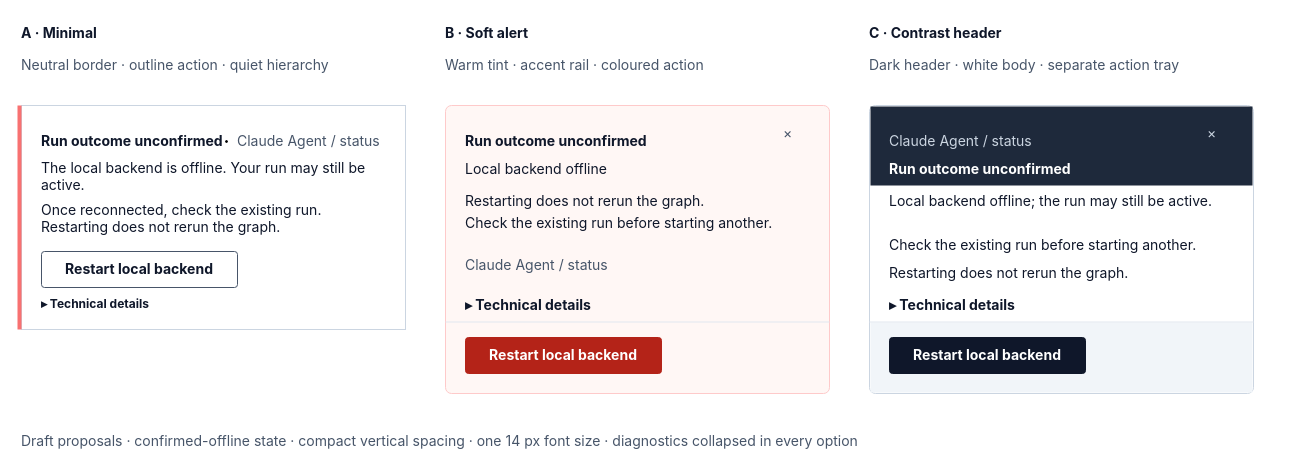
Above: page "Three compact alternatives" (1 of 6) of projects/laomedo/subsystems/agent-execution/design/local-runner-recovery.drawio in amadou-6e/specs (draw.io), before the change. Source tidied: cells renumbered, new cells numbered last; positions are measured from the earlier drawing's top-left corner, leaving out a move shared by most shapes. Both pictures are drawn from the tidied source at 100%, with x=0, y=0 at pixel (17, 17).
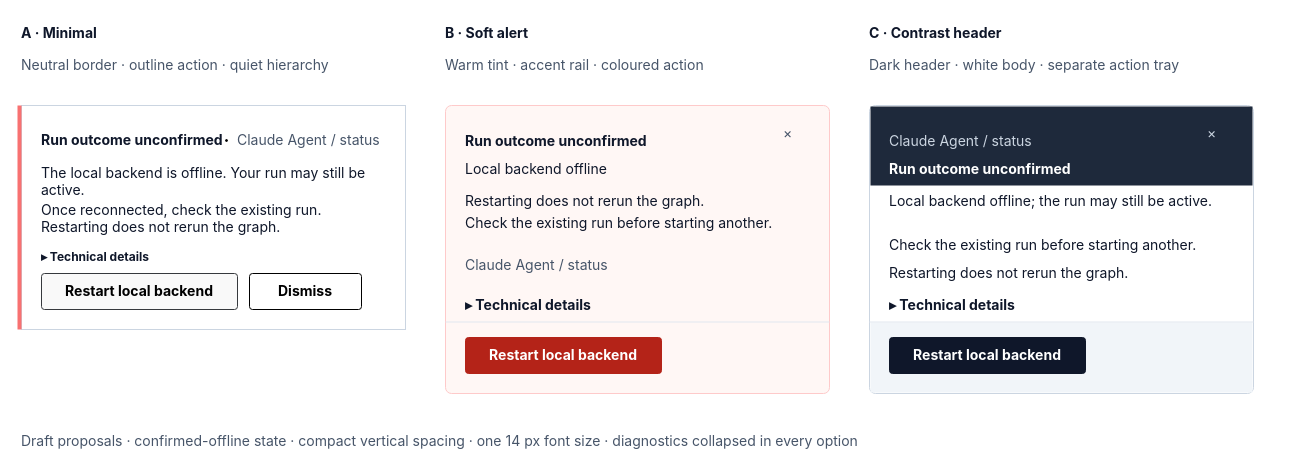
Above is the later version.

Commit message (it also covers changes not shown here):
Specify dismissible viewport-contained recovery popups

Change to the diagram source:
```diff
@@
     <mxCell id="16" value="&lt;div style=&quot;line-height:22px;&quot;&gt;Run outcome unconfirmed&lt;/div&gt;" style="fontFamily=Inter,Arial,sans-serif;fontSize=14;whiteSpace=wrap;html=1;text;strokeColor=none;fillColor=none;align=left;verticalAlign=top;spacing=0;fontColor=#0F172A;fontStyle=1;" parent="1" vertex="1">
-      <mxGeometry x="24" y="108" width="300" height="24" as="geometry" />
+      <mxGeometry x="24" y="107" width="300" height="24" as="geometry" />
     </mxCell>
     <mxCell id="17" value="&lt;div style=&quot;line-height:22px;&quot;&gt;Claude Agent / status&lt;/div&gt;" style="fontFamily=Inter,Arial,sans-serif;fontSize=14;whiteSpace=wrap;html=1;text;strokeColor=none;fillColor=none;align=left;verticalAlign=top;spacing=0;fontColor=#475569;fontStyle=0;" parent="1" vertex="1">
-      <mxGeometry x="220" y="108" width="344" height="24" as="geometry" />
+      <mxGeometry x="220" y="107" width="344" height="24" as="geometry" />
     </mxCell>
     <mxCell id="18" value="&lt;div&gt;The local backend is offline. Your run may still be active.&lt;/div&gt;" style="fontFamily=Inter,Arial,sans-serif;fontSize=14;whiteSpace=wrap;html=1;text;strokeColor=none;fillColor=none;align=left;verticalAlign=top;spacing=0;fontColor=#0F172A;fontStyle=0;" parent="1" vertex="1">
-      <mxGeometry x="24" y="138" width="344" height="48" as="geometry" />
+      <mxGeometry x="24" y="143" width="344" height="48" as="geometry" />
     </mxCell>
-    <mxCell id="19" value="Restart local backend" style="fontFamily=Inter,Arial,sans-serif;fontSize=14;whiteSpace=wrap;html=1;rounded=1;arcSize=6;absoluteArcSize=1;fillColor=#FFFFFF;strokeColor=#475569;fontColor=#0F172A;fontStyle=1;align=center;verticalAlign=middle;" parent="1" vertex="1">
-      <mxGeometry x="24" y="234" width="196" height="36" as="geometry" />
+    <mxCell id="19" value="Restart local backend" style="fontFamily=Inter,Arial,sans-serif;fontSize=14;whiteSpace=wrap;html=1;rounded=1;arcSize=6;absoluteArcSize=1;fillColor=#F9F9F9;strokeColor=#36393d;fontStyle=1;align=center;verticalAlign=middle;" parent="1" vertex="1">
+      <mxGeometry x="24" y="256" width="196" height="36" as="geometry" />
     </mxCell>
@@
     <mxCell id="21" value="&lt;div style=&quot;line-height:22px;&quot;&gt;&lt;font style=&quot;font-size: 12px;&quot;&gt;▸ Technical details&lt;/font&gt;&lt;/div&gt;" style="fontFamily=Inter,Arial,sans-serif;fontSize=14;whiteSpace=wrap;html=1;text;strokeColor=none;fillColor=none;align=left;verticalAlign=top;spacing=0;fontColor=#0F172A;fontStyle=1;" parent="1" vertex="1">
-      <mxGeometry x="24" y="270" width="344" height="24" as="geometry" />
+      <mxGeometry x="24" y="223" width="344" height="24" as="geometry" />
     </mxCell>
@@
     <mxCell id="38" style="ellipse;whiteSpace=wrap;html=1;shapeInside=1;fillColor=#000000;" parent="1" vertex="1">
-      <mxGeometry x="208" y="123" width="2" height="2" as="geometry" />
+      <mxGeometry x="208" y="122" width="2" height="2" as="geometry" />
     </mxCell>
+    <mxCell id="39" value="Dismiss" style="fontFamily=Inter,Arial,sans-serif;fontSize=14;whiteSpace=wrap;html=1;rounded=1;arcSize=6;absoluteArcSize=1;fontStyle=1;align=center;verticalAlign=middle;" parent="1" vertex="1">
+      <mxGeometry x="232" y="256" width="112" height="36" as="geometry" />
+    </mxCell>
```
